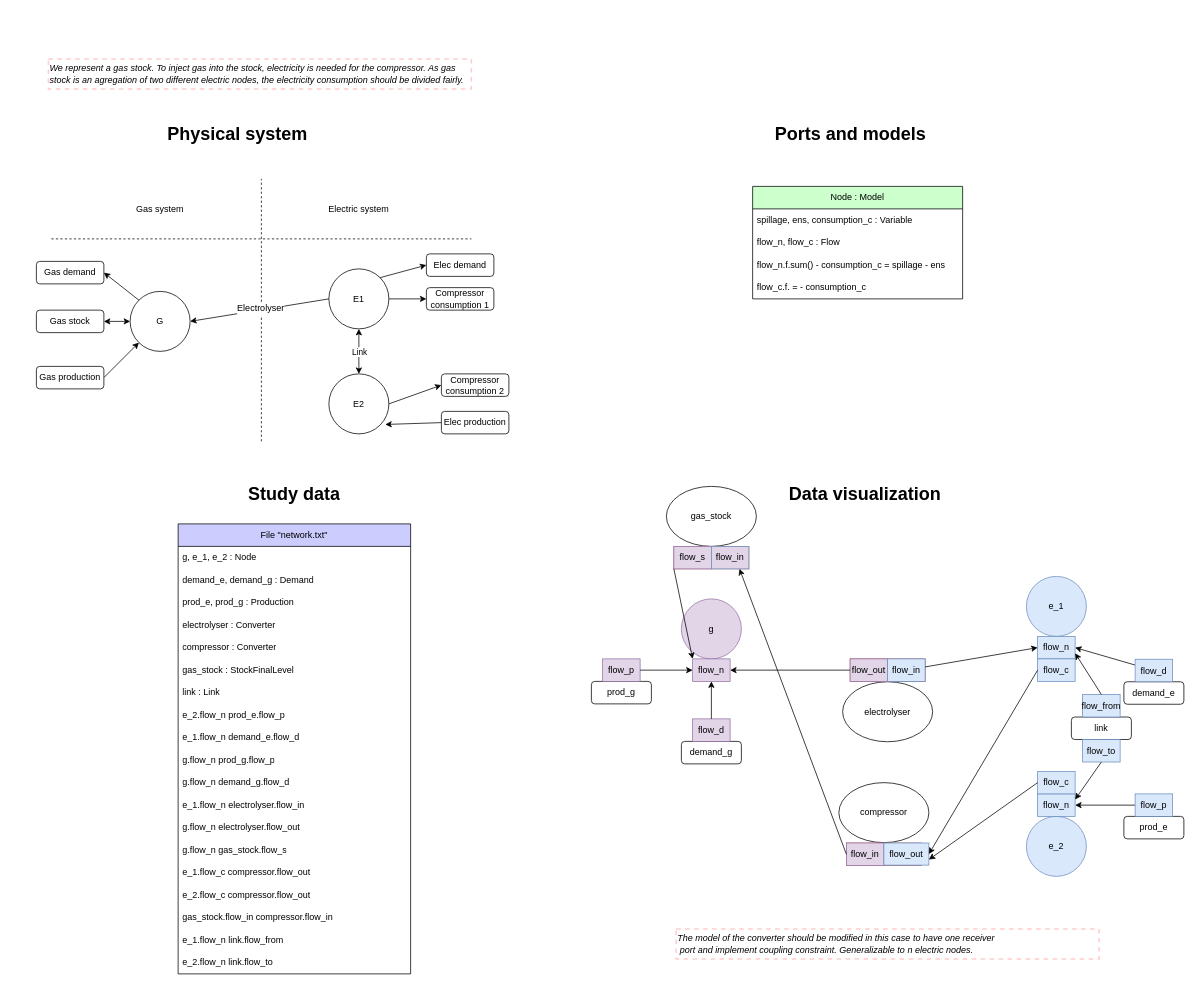
Before: page "two_models_port_node" (4 of 7) of models-design/systems/gas_stock_2_elec_compressor.drawio in AntaresSimulatorTeam/andromede-modeling-prototype, a draw.io diagram. Source tidied: cells renumbered, new cells numbered last; positions are measured from the earlier drawing's top-left corner, leaving out a move shared by most shapes. Both pictures are drawn from the tidied source at 75%, with x=0, y=0 at pixel (13, 58).
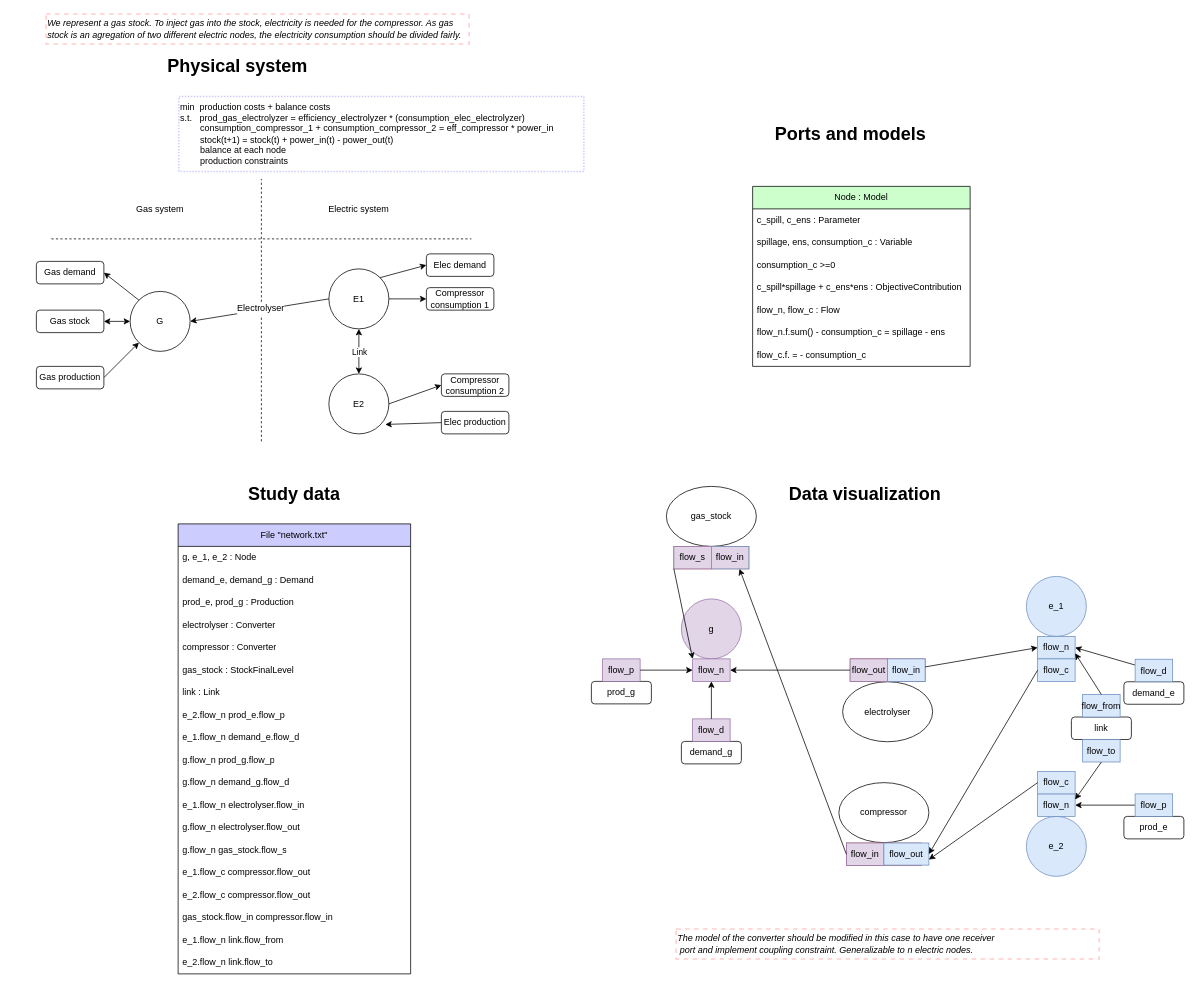
The same page after the edit.

Commit message (it also covers changes not shown here):
Corrections and add optimization problems in stock systems

The change refers to these unchanged cells:
```xml
<mxCell id="17" style="group;" parent="1" vertex="1">
  <mxGeometry x="781" y="80" width="690" height="460" as="geometry" />
</mxCell>
```

The edit, as a diff of the source:
```diff
@@
     <mxCell id="16" value="&lt;h1&gt;Physical system&lt;br&gt;&lt;/h1&gt;" style="text;html=1;strokeColor=none;fillColor=none;spacing=5;spacingTop=-20;whiteSpace=wrap;overflow=hidden;rounded=0;" parent="1" vertex="1">
-      <mxGeometry x="201" y="80" width="250" height="40" as="geometry" />
+      <mxGeometry x="201" y="-10" width="250" height="40" as="geometry" />
     </mxCell>
@@
     <mxCell id="19" value="Node : Model" style="swimlane;fontStyle=0;horizontal=1;startSize=30;whiteSpace=wrap;html=1;fillColor=#CCFFCC;fontColor=#000000;" parent="17" vertex="1">
-      <mxGeometry x="205" y="90" width="280" height="150" as="geometry" />
+      <mxGeometry x="205" y="90" width="290" height="240" as="geometry" />
     </mxCell>
+    <mxCell id="116" value="c_spill, c_ens : Parameter" style="text;strokeColor=none;fillColor=none;align=left;verticalAlign=middle;spacingLeft=4;spacingRight=4;overflow=hidden;whiteSpace=wrap;html=1;" parent="19" vertex="1">
+      <mxGeometry y="30" width="290" height="30" as="geometry" />
+    </mxCell>
     <mxCell id="20" value="spillage, ens, consumption_c : Variable" style="text;strokeColor=none;fillColor=none;align=left;verticalAlign=middle;spacingLeft=4;spacingRight=4;overflow=hidden;whiteSpace=wrap;html=1;" parent="19" vertex="1">
-      <mxGeometry y="30" width="280" height="30" as="geometry" />
+      <mxGeometry y="60" width="290" height="30" as="geometry" />
     </mxCell>
+    <mxCell id="117" value="consumption_c &amp;gt;=0" style="text;strokeColor=none;fillColor=none;align=left;verticalAlign=middle;spacingLeft=4;spacingRight=4;overflow=hidden;whiteSpace=wrap;html=1;" parent="19" vertex="1">
+      <mxGeometry y="90" width="290" height="30" as="geometry" />
+    </mxCell>
+    <mxCell id="118" value="c_spill*spillage + c_ens*ens : ObjectiveContribution" style="text;strokeColor=none;fillColor=none;align=left;verticalAlign=middle;spacingLeft=4;spacingRight=4;overflow=hidden;whiteSpace=wrap;html=1;" parent="19" vertex="1">
+      <mxGeometry y="120" width="290" height="30" as="geometry" />
+    </mxCell>
     <mxCell id="21" value="flow_n, flow_c : Flow" style="text;strokeColor=none;fillColor=none;align=left;verticalAlign=middle;spacingLeft=4;spacingRight=4;overflow=hidden;whiteSpace=wrap;html=1;" parent="19" vertex="1">
-      <mxGeometry y="60" width="280" height="30" as="geometry" />
+      <mxGeometry y="150" width="290" height="30" as="geometry" />
     </mxCell>
     <mxCell id="22" value="flow_n.f.sum() - consumption_c = spillage - ens" style="text;strokeColor=none;fillColor=none;align=left;verticalAlign=middle;spacingLeft=4;spacingRight=4;overflow=hidden;whiteSpace=wrap;html=1;" parent="19" vertex="1">
-      <mxGeometry y="90" width="280" height="30" as="geometry" />
+      <mxGeometry y="180" width="290" height="30" as="geometry" />
     </mxCell>
     <mxCell id="23" value="flow_c.f. = - consumption_c" style="text;strokeColor=none;fillColor=none;align=left;verticalAlign=middle;spacingLeft=4;spacingRight=4;overflow=hidden;whiteSpace=wrap;html=1;" parent="19" vertex="1">
-      <mxGeometry y="120" width="280" height="30" as="geometry" />
+      <mxGeometry y="210" width="290" height="30" as="geometry" />
     </mxCell>
@@
     <mxCell id="88" value="&lt;i&gt;We represent a gas stock. To inject gas into the stock, electricity is needed for the compressor. As gas stock is an agregation of two different electric nodes, the electricity consumption should be divided fairly.&lt;/i&gt;" style="text;html=1;strokeColor=#FFCCCC;fillColor=none;align=left;verticalAlign=middle;whiteSpace=wrap;rounded=0;dashed=1;strokeWidth=2;" parent="1" vertex="1">
-      <mxGeometry x="47" width="564" height="40" as="geometry" />
+      <mxGeometry x="44" y="-60" width="564" height="40" as="geometry" />
     </mxCell>
@@
+    <mxCell id="119" value="min&amp;nbsp;&amp;nbsp;&lt;span style=&quot;&quot;&gt;&lt;/span&gt;production costs + balance costs&lt;br&gt;s.t.&amp;nbsp;&lt;span style=&quot;&quot;&gt;&amp;nbsp;&amp;nbsp;&lt;/span&gt;prod_gas_electrolyzer = efficiency_electrolyzer * (consumption_elec_electrolyzer)&amp;nbsp;&lt;br&gt;&lt;span style=&quot;&quot;&gt;&#9;&lt;/span&gt;&lt;span style=&quot;&quot;&gt;&#9;&lt;/span&gt;&lt;span style=&quot;white-space: pre;&quot;&gt;&#9;&lt;/span&gt;consumption_compressor_1 + consumption_compressor_2 =&amp;nbsp;eff_compressor * power_in&lt;br&gt;&lt;span style=&quot;&quot;&gt;&#9;&lt;/span&gt;&lt;span style=&quot;&quot;&gt;&#9;&lt;/span&gt;&lt;span style=&quot;white-space: pre;&quot;&gt;&#9;&lt;/span&gt;stock(t+1) = stock(t) + power_in(t) - power_out(t)&amp;nbsp;&amp;nbsp;&lt;br&gt;&lt;span style=&quot;&quot;&gt;&#9;&lt;/span&gt;&lt;span style=&quot;&quot;&gt;&#9;&lt;/span&gt;&lt;span style=&quot;white-space: pre;&quot;&gt;&#9;&lt;/span&gt;balance at each node&lt;br&gt;&lt;span style=&quot;&quot;&gt;&#9;&lt;/span&gt;&lt;span style=&quot;&quot;&gt;&#9;&lt;/span&gt;&lt;span style=&quot;white-space: pre;&quot;&gt;&#9;&lt;/span&gt;production constraints" style="text;html=1;strokeColor=#CCCCFF;fillColor=none;align=left;verticalAlign=middle;whiteSpace=wrap;rounded=0;dashed=1;dashPattern=1 1;strokeWidth=2;" parent="1" vertex="1">
+      <mxGeometry x="221" y="50" width="540" height="100" as="geometry" />
+    </mxCell>
```
